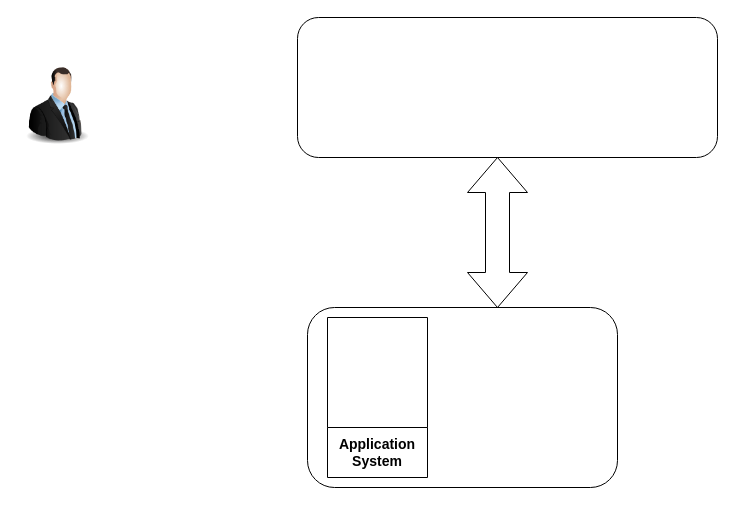
Before: Ανώνυμο διάγραμμα.drawio in NikosSarrisDev/ESP32_TEMPERATURE_HIMIDITY, a draw.io diagram. Source tidied: cells renumbered, new cells numbered last; positions are measured from the earlier drawing's top-left corner, leaving out a move shared by most shapes. Both pictures are drawn from the tidied source at 100%, with x=0, y=0 at pixel (17, 17).
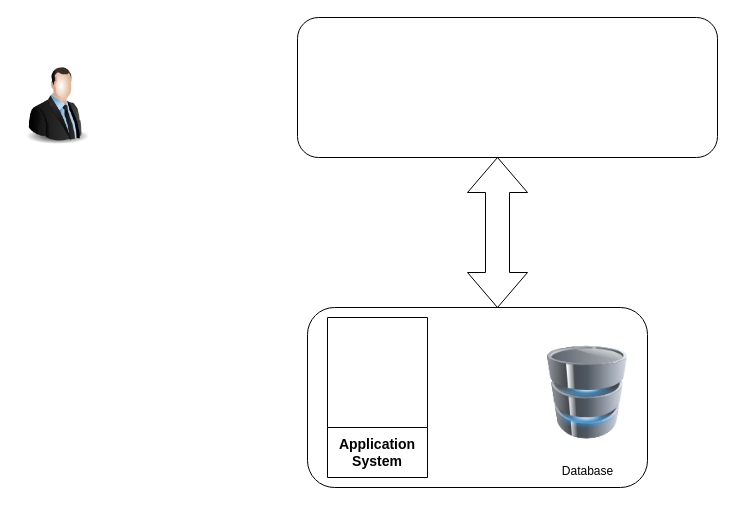
The same page after the edit.

What changed in the source:
```diff
@@
 <mxGraphModel>
   <root>
     <mxCell id="0" />
     <mxCell id="1" parent="0" />
     <mxCell id="2" style="image;html=1;image=img/lib/clip_art/people/Suit_Man_128x128.png;" parent="1" vertex="1">
       <mxGeometry y="48" width="80" height="80" as="geometry" />
     </mxCell>
     <mxCell id="3" style="rounded=1;whiteSpace=wrap;html=1;" parent="1" vertex="1">
       <mxGeometry x="280" width="420" height="140" as="geometry" />
     </mxCell>
     <mxCell id="4" style="html=1;shadow=0;dashed=0;align=center;verticalAlign=middle;shape=mxgraph.arrows2.twoWayArrow;dy=0.6;dx=35;direction=south;" parent="1" vertex="1">
       <mxGeometry x="450" y="140" width="60" height="150" as="geometry" />
     </mxCell>
     <mxCell id="5" style="rounded=1;whiteSpace=wrap;html=1;" parent="1" vertex="1">
-      <mxGeometry x="290" y="290" width="310" height="180" as="geometry" />
+      <mxGeometry x="290" y="290" width="340" height="180" as="geometry" />
     </mxCell>
     <mxCell id="6" value="Application System" style="swimlane;whiteSpace=wrap;html=1;direction=west;fontSize=14;startSize=50;" parent="1" vertex="1">
       <mxGeometry x="310" y="300" width="100" height="160" as="geometry" />
     </mxCell>
+    <mxCell id="7" value="Database" style="image;html=1;image=img/lib/clip_art/computers/Database_128x128.png;" parent="1" vertex="1">
+      <mxGeometry x="530" y="310" width="80" height="130" as="geometry" />
+    </mxCell>
   </root>
 </mxGraphModel>
```
